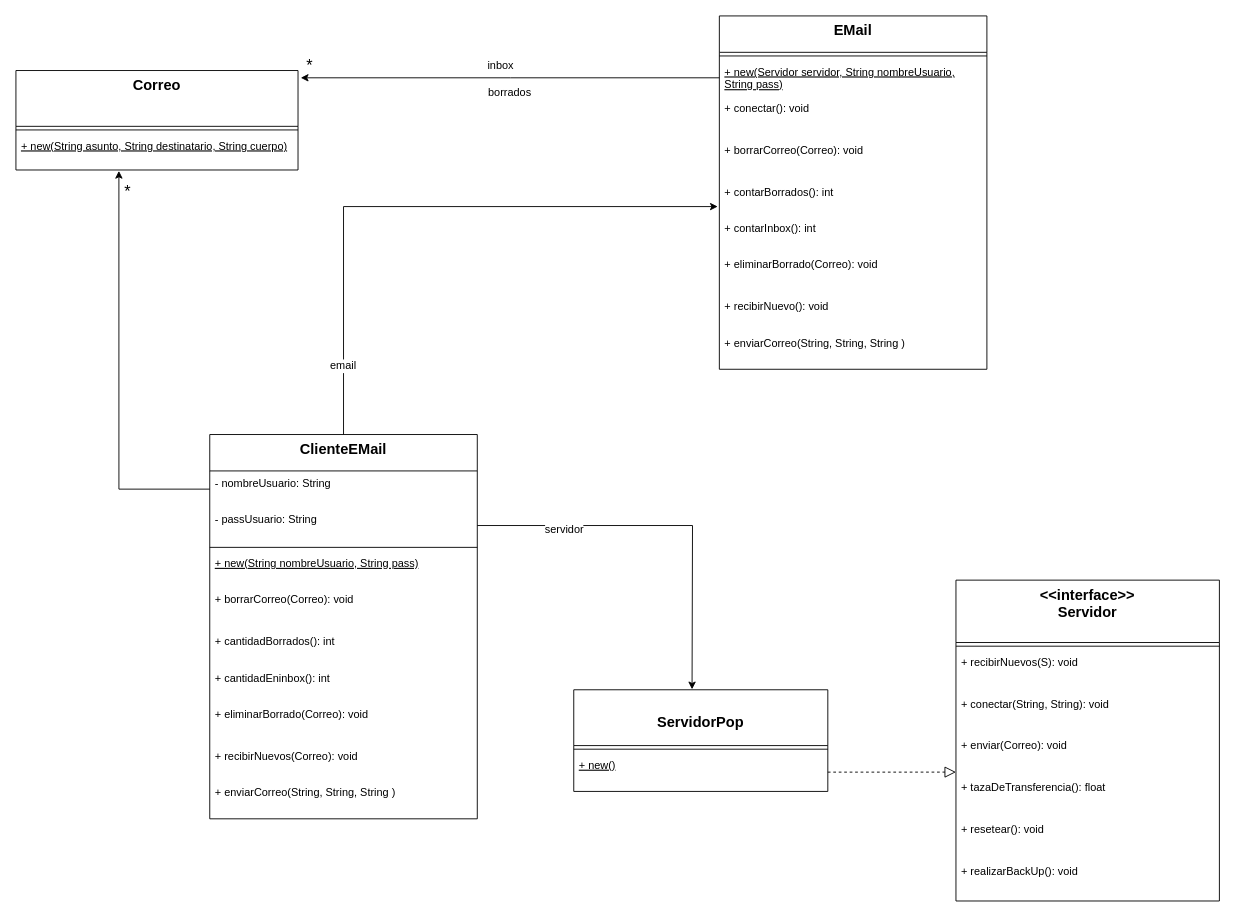
Earlier version of the draw.io diagram UMLs/TP6/TP6 - UML - refactor_ClienteEmail.drawio (Principi-Angel/unqui-po2-principi). Source tidied: cells renumbered, new cells numbered last; positions are measured from the earlier drawing's top-left corner, leaving out a move shared by most shapes. Both pictures are drawn from the tidied source at 91%, with x=0, y=0 at pixel (15, 15).
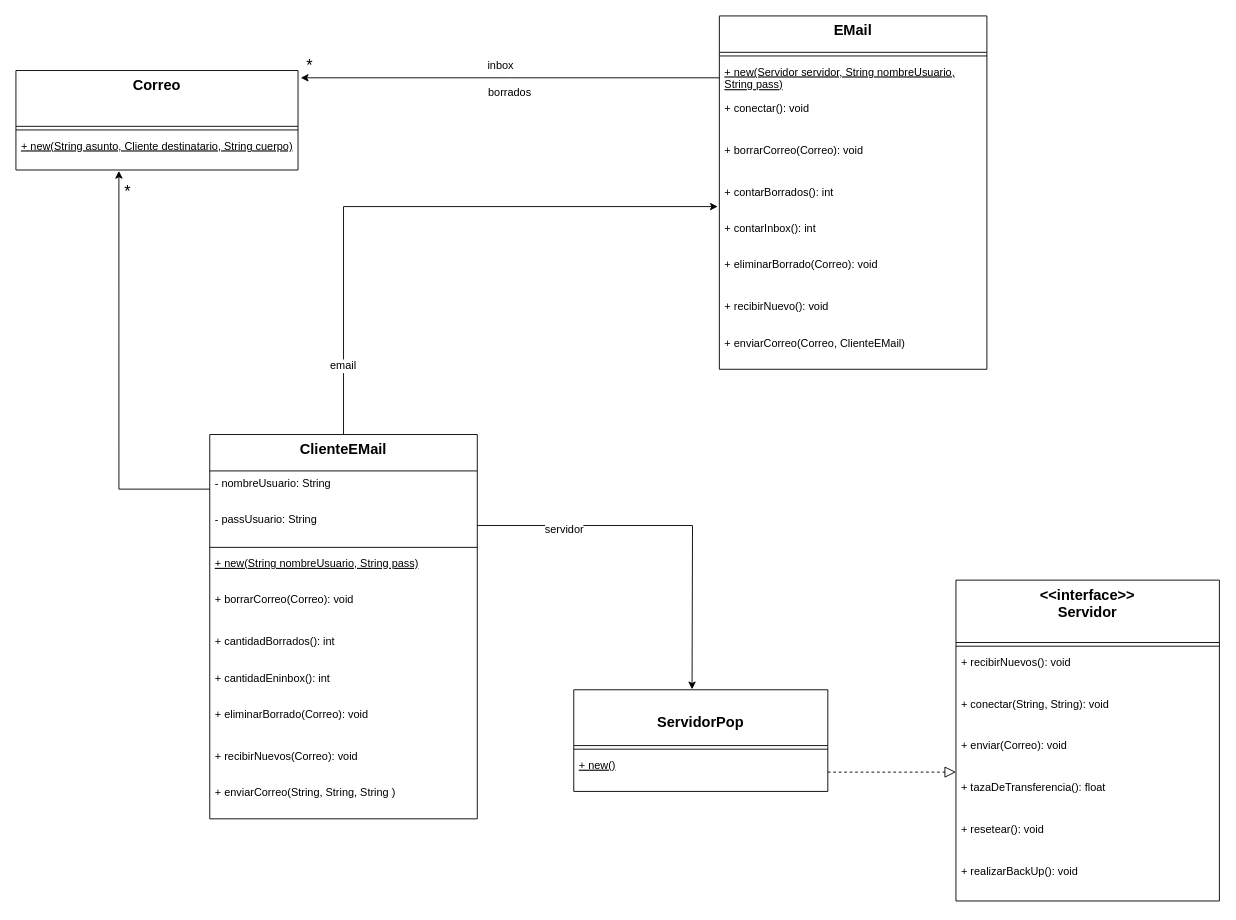
The same diagram, later.

The change refers to these unchanged cells:
```xml
<mxCell id="14" value="&lt;&lt;interface&gt;&gt;&#10;Servidor" style="swimlane;fontStyle=1;align=center;verticalAlign=top;horizontal=1;startSize=68.57142857142857;fontSize=16;" parent="1" vertex="1">
  <mxGeometry x="1033" y="620" width="289.5" height="352.6" as="geometry" />
</mxCell>
<mxCell id="26" value="Correo" style="swimlane;fontStyle=1;align=center;verticalAlign=top;horizontal=1;startSize=61.33333333333333;fontSize=16;" parent="1" vertex="1">
  <mxGeometry y="60" width="310" height="109.3" as="geometry" />
</mxCell>
<mxCell id="32" value="EMail" style="swimlane;fontStyle=1;align=center;verticalAlign=top;horizontal=1;startSize=40;fontSize=16;" parent="1" vertex="1">
  <mxGeometry x="773" width="294" height="388.3" as="geometry" />
</mxCell>
```

Diff of the diagram source:
```diff
@@
-    <mxCell id="16" value="+ recibirNuevos(S): void" style="text;strokeColor=none;fillColor=none;align=left;verticalAlign=top;spacingLeft=4;spacingRight=4;overflow=hidden;" parent="14" vertex="1">
+    <mxCell id="16" value="+ recibirNuevos(): void" style="text;strokeColor=none;fillColor=none;align=left;verticalAlign=top;spacingLeft=4;spacingRight=4;overflow=hidden;" parent="14" vertex="1">
       <mxGeometry y="76.6" width="289.5" height="46" as="geometry" />
     </mxCell>
@@
-    <mxCell id="28" value="+ new(String asunto, String destinatario, String cuerpo)" style="text;strokeColor=none;fillColor=none;align=left;verticalAlign=top;spacingLeft=4;spacingRight=4;overflow=hidden;points=[[0,0.5],[1,0.5]];portConstraint=eastwest;fontStyle=4;" parent="26" vertex="1">
+    <mxCell id="28" value="+ new(String asunto, Cliente destinatario, String cuerpo)" style="text;strokeColor=none;fillColor=none;align=left;verticalAlign=top;spacingLeft=4;spacingRight=4;overflow=hidden;points=[[0,0.5],[1,0.5]];portConstraint=eastwest;fontStyle=4;" parent="26" vertex="1">
       <mxGeometry y="69.3" width="310" height="40" as="geometry" />
     </mxCell>
@@
-    <mxCell id="42" value="+ enviarCorreo(String, String, String )" style="text;strokeColor=none;fillColor=none;align=left;verticalAlign=top;spacingLeft=4;spacingRight=4;overflow=hidden;fontStyle=0;" parent="32" vertex="1">
+    <mxCell id="42" value="+ enviarCorreo(Correo, ClienteEMail)" style="text;strokeColor=none;fillColor=none;align=left;verticalAlign=top;spacingLeft=4;spacingRight=4;overflow=hidden;fontStyle=0;" parent="32" vertex="1">
       <mxGeometry y="346" width="294" height="42.3" as="geometry" />
     </mxCell>
```
